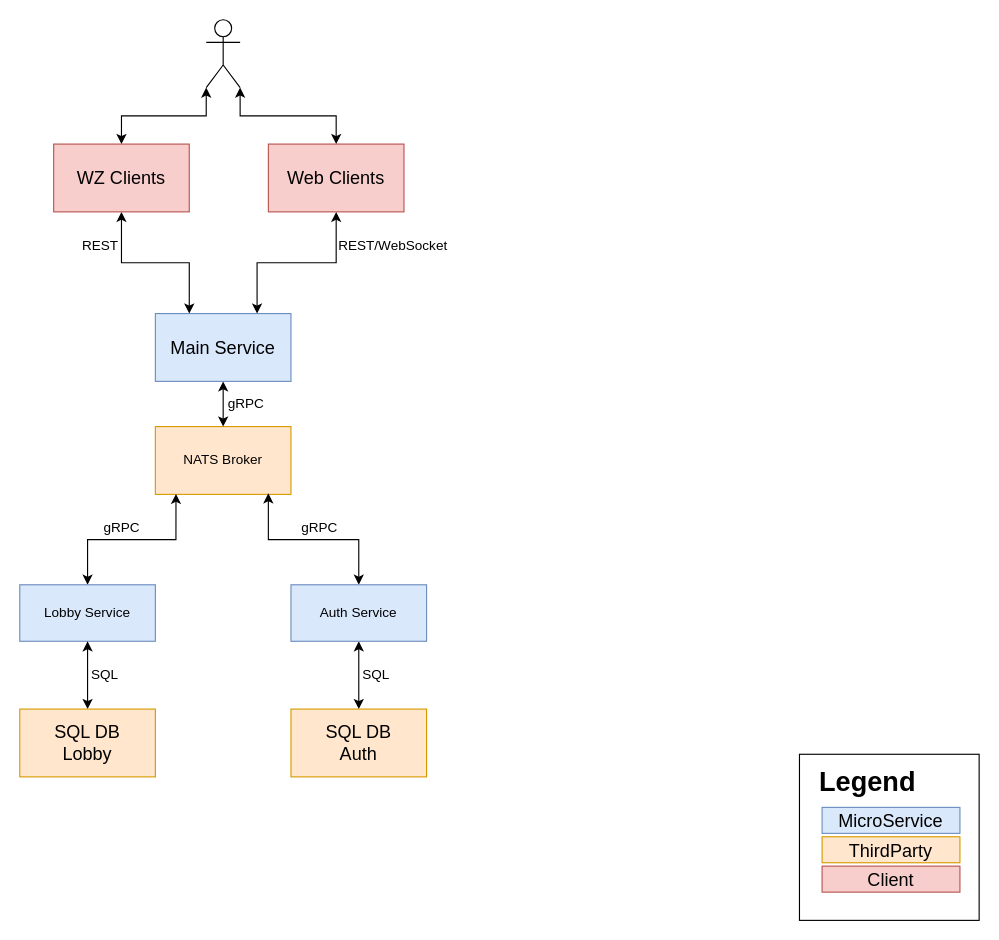
Above: docs/2021116-WzLobby.drawio in jochumdev/microlobby (draw.io), before the change. Source tidied: cells renumbered, new cells numbered last; positions are measured from the earlier drawing's top-left corner, leaving out a move shared by most shapes. Both pictures are drawn from the tidied source at 113%, with x=0, y=0 at pixel (19, 19).
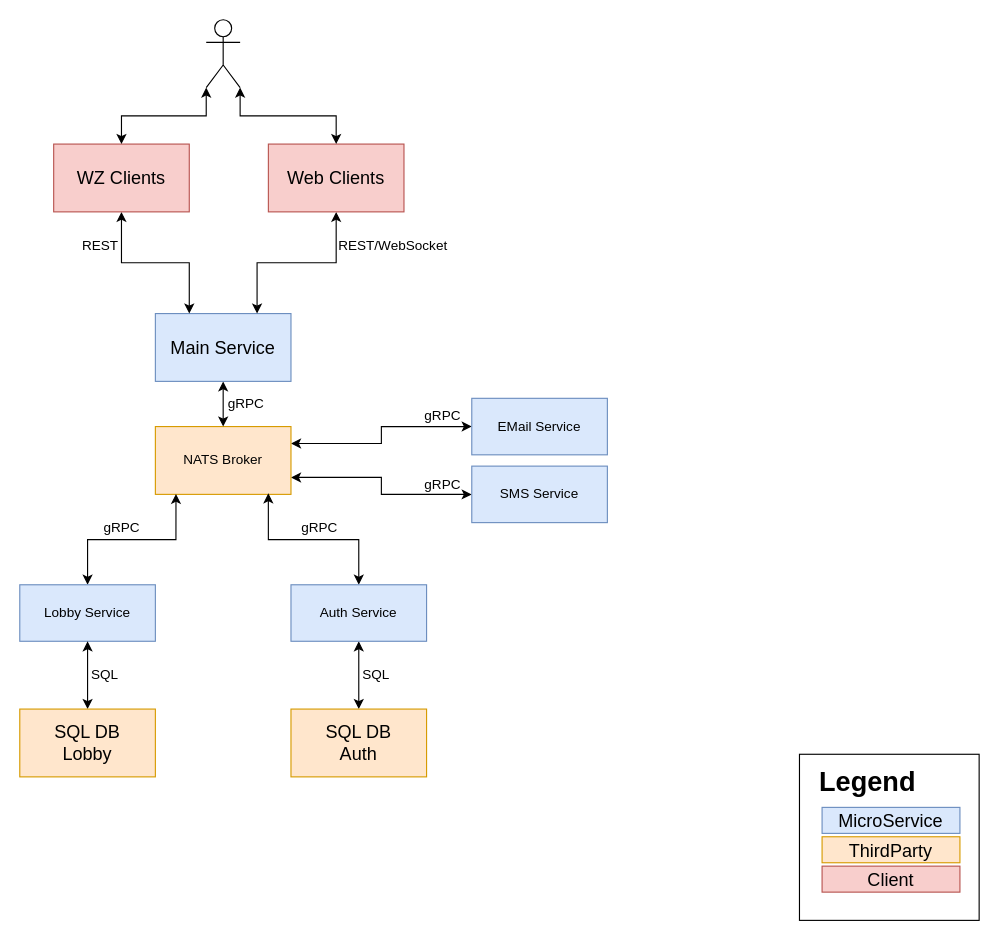
The same page after the edit.

The change refers to these unchanged cells:
```xml
<mxCell id="3" value="NATS Broker" style="rounded=0;whiteSpace=wrap;html=1;fillColor=#ffe6cc;strokeColor=#d79b00;" parent="1" vertex="1">
  <mxGeometry x="120" y="360" width="120" height="60" as="geometry" />
</mxCell>
```

Change to the diagram source:
```diff
@@
+    <mxCell id="32" style="edgeStyle=orthogonalEdgeStyle;rounded=0;jettySize=auto;html=1;exitX=1;exitY=0.25;exitDx=0;exitDy=0;entryX=0;entryY=0.5;entryDx=0;entryDy=0;startArrow=classic;startFill=1;" parent="1" edge="1" source="3" target="34">
+      <mxGeometry relative="1" as="geometry" />
+    </mxCell>
+    <mxCell id="33" style="edgeStyle=orthogonalEdgeStyle;rounded=0;jettySize=auto;html=1;exitX=1;exitY=0.75;exitDx=0;exitDy=0;startArrow=classic;startFill=1;" parent="1" edge="1" source="3" target="35">
+      <mxGeometry relative="1" as="geometry" />
+    </mxCell>
@@
+    <mxCell id="34" value="EMail Service" style="whiteSpace=wrap;html=1;fillColor=#dae8fc;strokeColor=#6c8ebf;" parent="1" vertex="1">
+      <mxGeometry x="400" y="335" width="120" height="50" as="geometry" />
+    </mxCell>
+    <mxCell id="35" value="SMS Service" style="whiteSpace=wrap;html=1;fillColor=#dae8fc;strokeColor=#6c8ebf;" parent="1" vertex="1">
+      <mxGeometry x="400" y="395" width="120" height="50" as="geometry" />
+    </mxCell>
+    <mxCell id="36" value="gRPC" style="text;html=1;align=center;verticalAlign=middle;strokeColor=none;fillColor=none;" parent="1" vertex="1">
+      <mxGeometry x="349" y="341" width="50" height="20" as="geometry" />
+    </mxCell>
+    <mxCell id="37" value="gRPC" style="text;html=1;align=center;verticalAlign=middle;strokeColor=none;fillColor=none;" parent="1" vertex="1">
+      <mxGeometry x="349" y="402" width="50" height="20" as="geometry" />
+    </mxCell>
```
